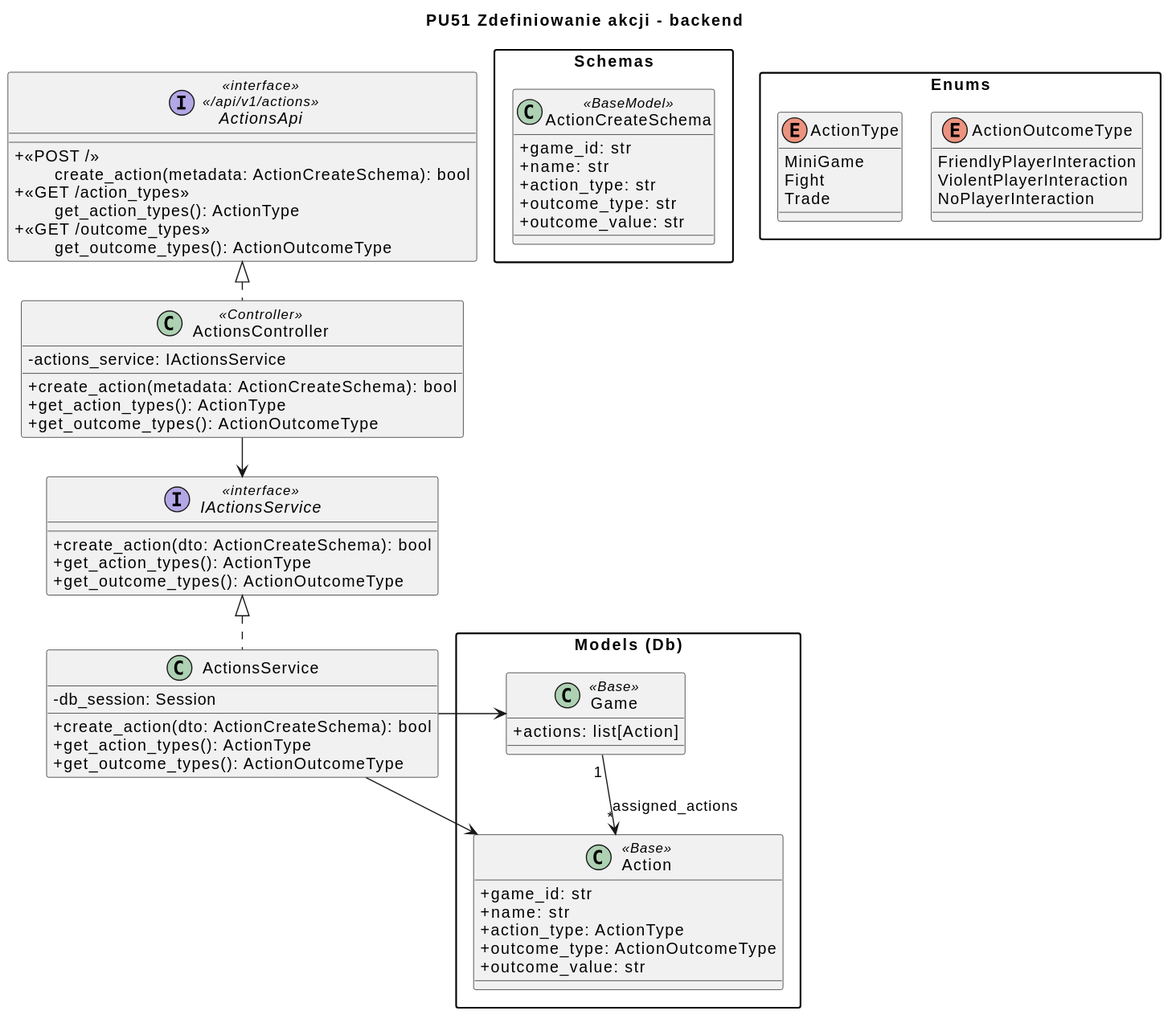
The PlantUML diagram diagrams/backend/rendered/action-definition.svg in Igor-Ochocki/POP-2026Z, before a commit. The source it was exported from:
```plantuml
@startuml
skinparam classAttributeIconSize 0
skinparam packageStyle rectangle
skinparam shadowing false
skinparam roundcorner 4
skinparam nodesep 26
skinparam ranksep 34
skinparam linetype polyline

title PU51 Zdefiniowanie akcji - backend

interface ActionsApi <<interface>>\n<< /api/v1/actions >> {
    + <<POST / >>\n\tcreate_action(metadata: ActionCreateSchema): bool
    + <<GET /action_types>>\n\tget_action_types(): ActionType
+ <<GET /outcome_types>>\n\tget_outcome_types(): ActionOutcomeType
}

class ActionsController <<Controller>> {
    - actions_service: IActionsService
+ create_action(metadata: ActionCreateSchema): bool
    + get_action_types(): ActionType
+ get_outcome_types(): ActionOutcomeType
}

interface IActionsService <<interface>> {
+ create_action(dto: ActionCreateSchema): bool
    + get_action_types(): ActionType
+ get_outcome_types(): ActionOutcomeType

}

class ActionsService {
    - db_session: Session
+ create_action(dto: ActionCreateSchema): bool
    + get_action_types(): ActionType
+ get_outcome_types(): ActionOutcomeType
}

package "Schemas" {
    class ActionCreateSchema <<BaseModel>> {
+ game_id: str
+ name: str
+ action_type: str
+ outcome_type: str
+ outcome_value: str
    }
}

package "Models (Db)" as models {
    class Game <<Base>> {
        + actions: list[Action]
    }

    class Action <<Base>> {
        + game_id: str
+ name: str
+ action_type: ActionType
+ outcome_type: ActionOutcomeType
+ outcome_value: str
    }
}

package "Enums"{
    enum ActionType {
      MiniGame
Fight
Trade
    }

    enum ActionOutcomeType {
FriendlyPlayerInteraction
ViolentPlayerInteraction
NoPlayerInteraction
    }
}

ActionsService .up.|> IActionsService
ActionsController .up.|> ActionsApi

ActionsService -right-> Game
ActionsService -right-> Action


ActionsController --> IActionsService



Game "1" --> "*" Action : assigned_actions
@enduml
```
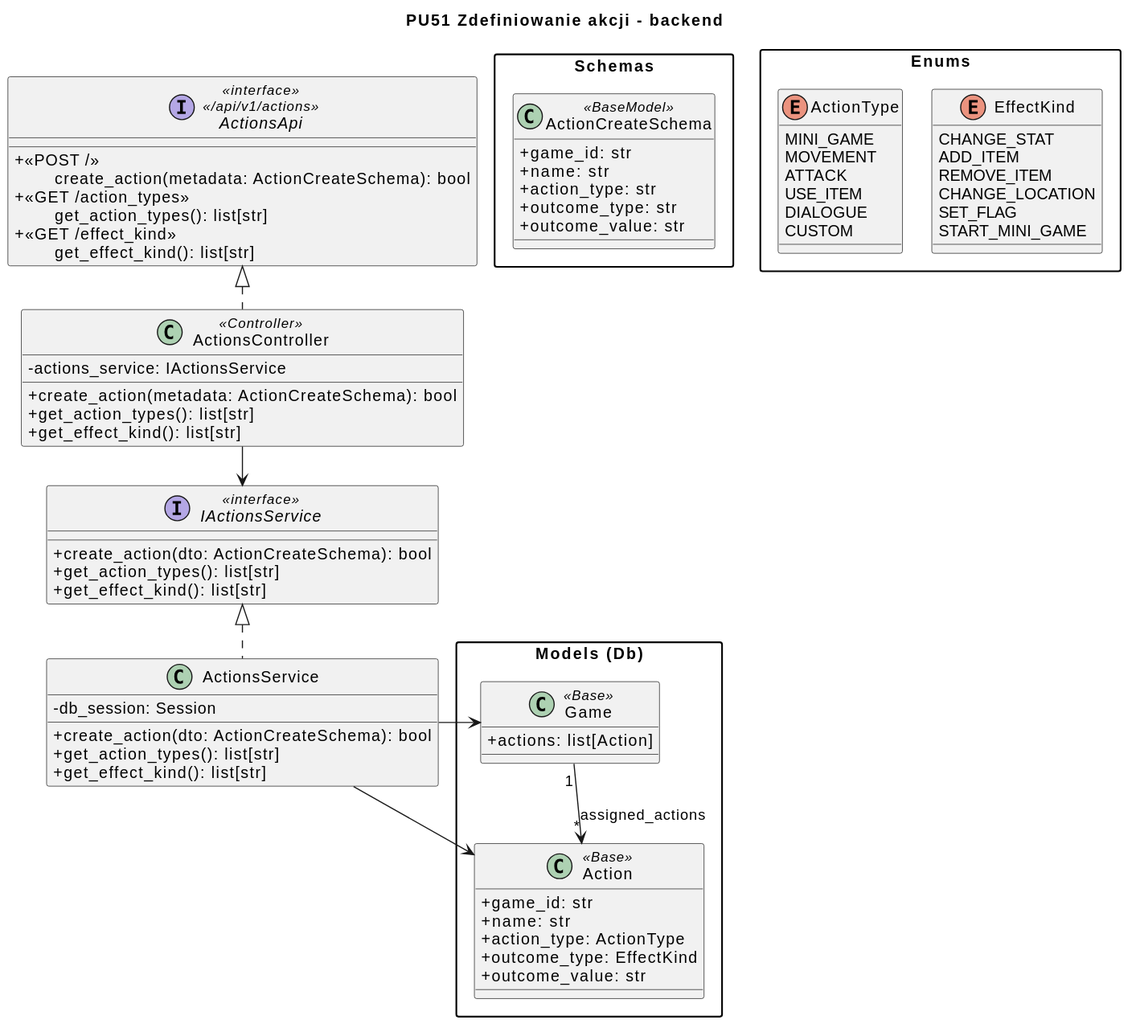
Later version of the same file.

Commit message:
Edycja diagramów backend dla pu51 oraz pliku svg

Change to the diagram source:
```diff
@@ -11,29 +11,29 @@
 
 interface ActionsApi <<interface>>\n<< /api/v1/actions >> {
     + <<POST / >>\n\tcreate_action(metadata: ActionCreateSchema): bool
-    + <<GET /action_types>>\n\tget_action_types(): ActionType
-+ <<GET /outcome_types>>\n\tget_outcome_types(): ActionOutcomeType
+    + <<GET /action_types>>\n\tget_action_types(): list[str]
++ <<GET /effect_kind>>\n\tget_effect_kind(): list[str]
 }
 
 class ActionsController <<Controller>> {
     - actions_service: IActionsService
 + create_action(metadata: ActionCreateSchema): bool
-    + get_action_types(): ActionType
-+ get_outcome_types(): ActionOutcomeType
+    + get_action_types(): list[str]
++ get_effect_kind(): list[str]
 }
 
 interface IActionsService <<interface>> {
 + create_action(dto: ActionCreateSchema): bool
-    + get_action_types(): ActionType
-+ get_outcome_types(): ActionOutcomeType
+    + get_action_types(): list[str]
++ get_effect_kind(): list[str]
 
 }
 
 class ActionsService {
     - db_session: Session
 + create_action(dto: ActionCreateSchema): bool
-    + get_action_types(): ActionType
-+ get_outcome_types(): ActionOutcomeType
+    + get_action_types(): list[str]
++ get_effect_kind(): list[str]
 }
 
 package "Schemas" {
@@ -55,22 +55,28 @@
         + game_id: str
 + name: str
 + action_type: ActionType
-+ outcome_type: ActionOutcomeType
++ outcome_type: EffectKind
 + outcome_value: str
     }
 }
 
 package "Enums"{
     enum ActionType {
-      MiniGame
-Fight
-Trade
+      MINI_GAME
+MOVEMENT
+ATTACK
+USE_ITEM
+DIALOGUE
+CUSTOM
     }
 
-    enum ActionOutcomeType {
-FriendlyPlayerInteraction
-ViolentPlayerInteraction
-NoPlayerInteraction
+    enum EffectKind {
+CHANGE_STAT
+ADD_ITEM
+REMOVE_ITEM
+CHANGE_LOCATION
+SET_FLAG
+START_MINI_GAME
     }
 }
 
```
